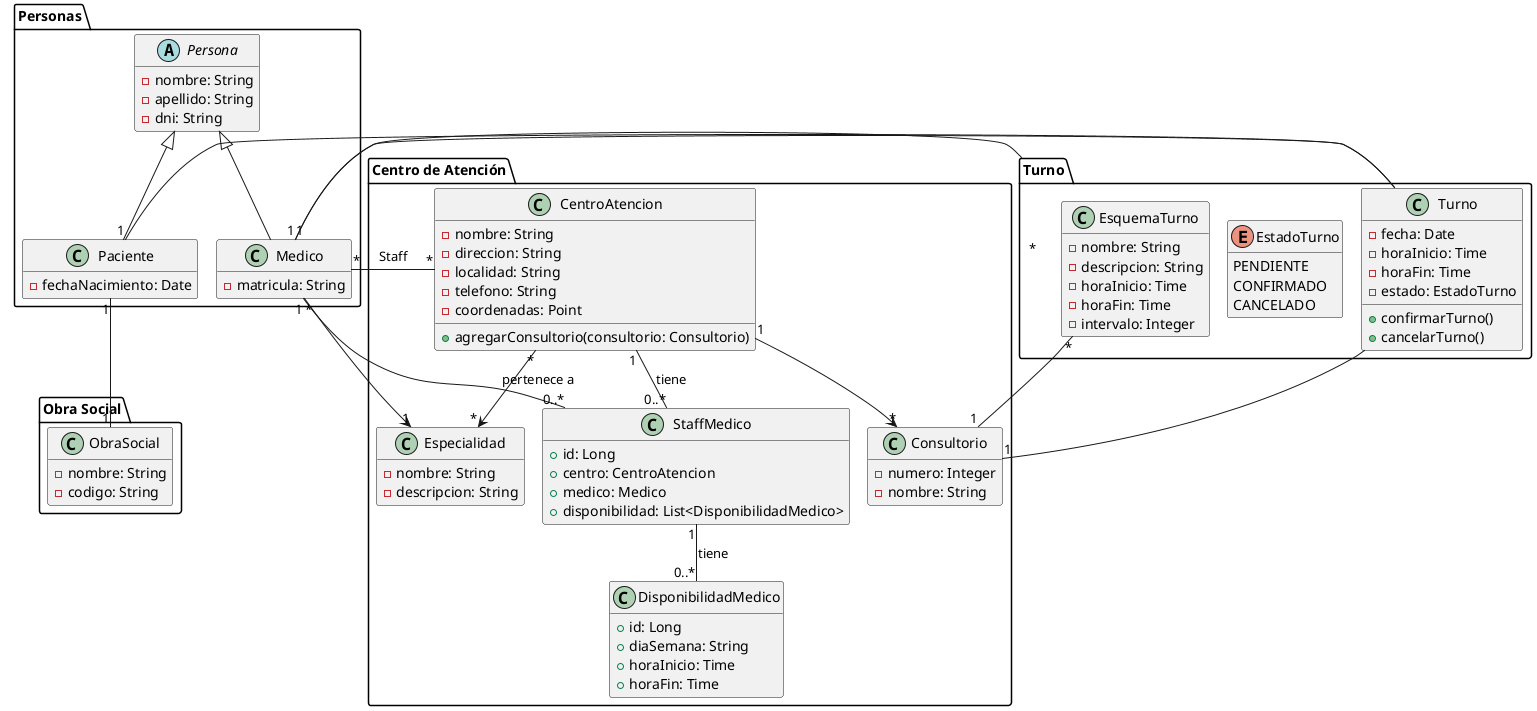
Above: diagrama.png in DobleTmatutin0/TurneroWEB (PlantUML), before the change. Its diagram source:
```plantuml
@startuml
!pragma layout smetana
hide empty members

package "Personas" {
  abstract class Persona {
    - nombre: String
    - apellido: String
    - dni: String
  }

  class Medico {
    - matricula: String
  }

  class Paciente {
    - fechaNacimiento: Date
  }

  Persona <|-- Medico
  Persona <|-- Paciente
}

package "Centro de Atención" {
  class CentroAtencion {
    - nombre: String
    - direccion: String
    - localidad: String
    - telefono: String
    - coordenadas: Point
    + agregarConsultorio(consultorio: Consultorio)
  }

  class Consultorio {
    - numero: Integer
    - nombre: String
  }

  class Especialidad {
    - nombre: String
    - descripcion: String
  }

  CentroAtencion "1" --> "*" Consultorio
  CentroAtencion "*" --> "*" Especialidad

class DisponibilidadMedico {
    +id: Long
    +diaSemana: String
    +horaInicio: Time
    +horaFin: Time
}

class StaffMedico {
    +id: Long
    +centro: CentroAtencion
    +medico: Medico
    +disponibilidad: List<DisponibilidadMedico>
}
}

CentroAtencion "1" -- "0..*" StaffMedico : tiene
Medico "1" -- "0..*" StaffMedico : pertenece a
StaffMedico "1" -- "0..*" DisponibilidadMedico : tiene

package "Obra Social" {
  class ObraSocial {
    - nombre: String
    - codigo: String
  }
}

package "Turno" {
  class Turno {
    - fecha: Date
    - horaInicio: Time
    - horaFin: Time
    - estado: EstadoTurno
    + confirmarTurno()
    + cancelarTurno()
  }

  enum EstadoTurno {
    PENDIENTE
    CONFIRMADO
    CANCELADO
  }

    class EsquemaTurno {
      - nombre: String
      - descripcion: String
      - horaInicio: Time
      - horaFin: Time
      - intervalo: Integer
    }

  Turno -- "1" Paciente
  Turno -- "1" Medico
  Turno -- "1" Consultorio
  Consultorio "1" -- "*" EsquemaTurno
}

Medico "1" -- "*" Turno
Paciente "1" -- "1" ObraSocial

Medico "*" -- "*" CentroAtencion : Staff
Medico "*" --> "1" Especialidad

@enduml
```
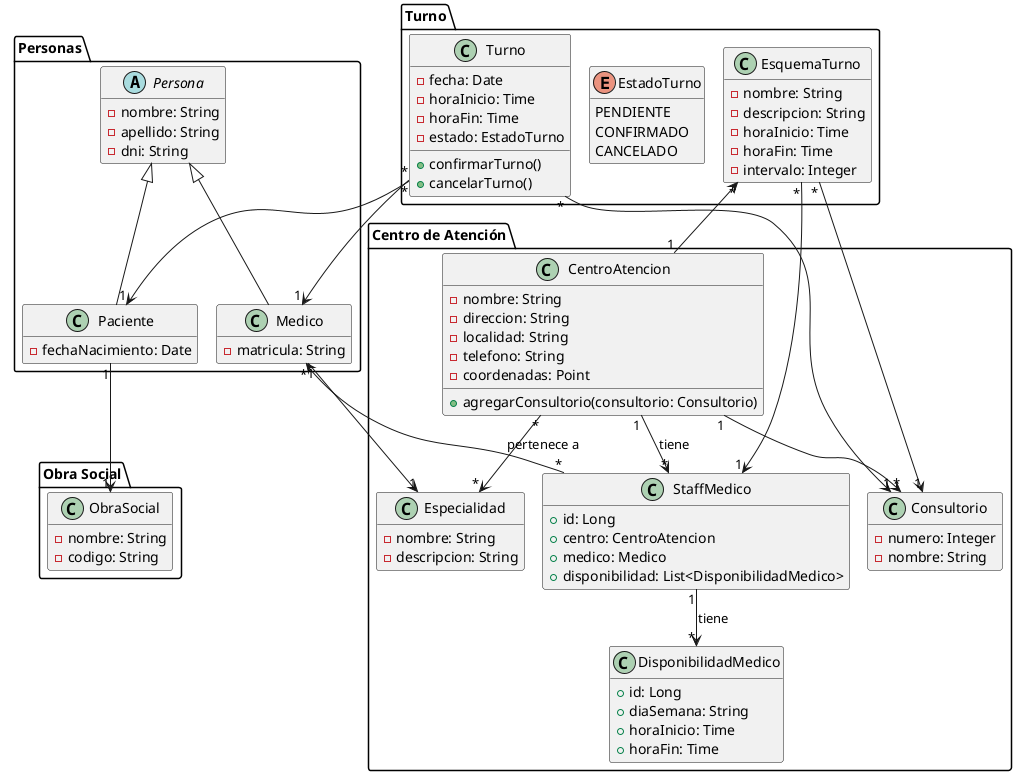
After the change.

Change to the diagram source:
```diff
@@ -59,9 +59,9 @@
 }
 }
 
-CentroAtencion "1" -- "0..*" StaffMedico : tiene
-Medico "1" -- "0..*" StaffMedico : pertenece a
-StaffMedico "1" -- "0..*" DisponibilidadMedico : tiene
+CentroAtencion "1" --> "*" StaffMedico : tiene
+Medico "1" <-- "*" StaffMedico : pertenece a
+StaffMedico "1" --> "*" DisponibilidadMedico : tiene
 
 package "Obra Social" {
   class ObraSocial {
@@ -94,16 +94,15 @@
       - intervalo: Integer
     }
 
-  Turno -- "1" Paciente
-  Turno -- "1" Medico
-  Turno -- "1" Consultorio
-  Consultorio "1" -- "*" EsquemaTurno
+  Turno "*" --> "1" Paciente
+  Turno "*" --> "1" Medico
+  Turno "*" --> "1" Consultorio
+  CentroAtencion "1" --> "*" EsquemaTurno
+  EsquemaTurno "*" --> "1" StaffMedico
+  EsquemaTurno "*" --> "1" Consultorio
 }
 
-Medico "1" -- "*" Turno
-Paciente "1" -- "1" ObraSocial
-
-Medico "*" -- "*" CentroAtencion : Staff
+Paciente "1" --> "1" ObraSocial
 Medico "*" --> "1" Especialidad
 
 @enduml
```
